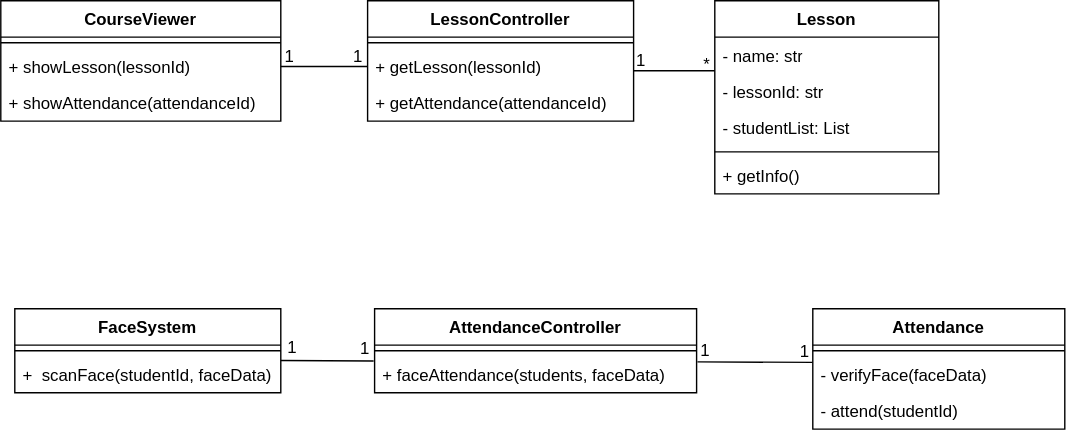
Above: ClassDiagram 4.drawio.svg in ntmly/ThuchanhphattrienhethongTTNT (draw.io), before the change. Source tidied: cells renumbered, new cells last; positions are measured from the earlier drawing's top-left corner, leaving out a move shared by most shapes.
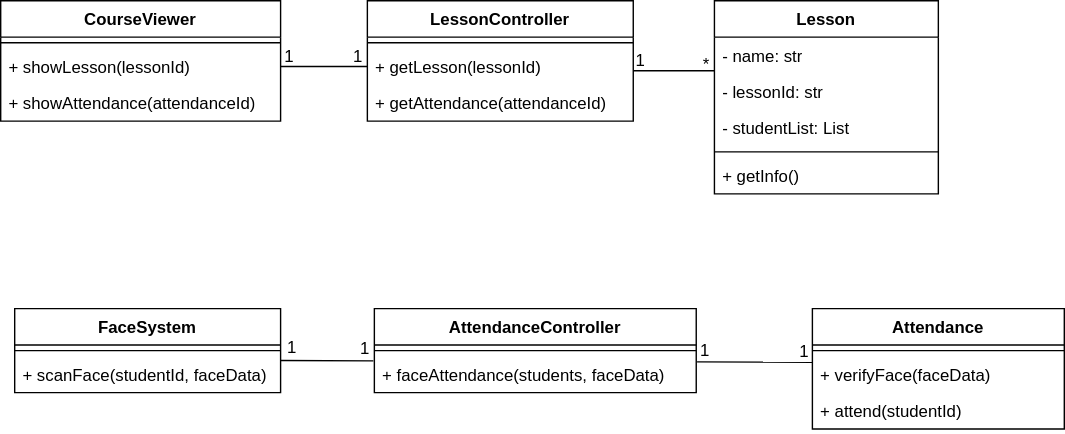
The same diagram one commit later.

Commit message:
Cập nhật ClassDiagram 4.drawio.svg

Diff of the diagram source:
```diff
@@ -8,7 +8,7 @@
     <mxCell id="3" style="line;strokeWidth=1;fillColor=none;align=left;verticalAlign=middle;spacingTop=-1;spacingLeft=3;spacingRight=3;labelPosition=right;strokeColor=inherit;" parent="2" vertex="1">
       <mxGeometry y="26" width="190" height="8" as="geometry" />
     </mxCell>
-    <mxCell id="4" value="+&amp;nbsp; scanFace(studentId, faceData)" style="text;strokeColor=none;fillColor=none;align=left;verticalAlign=top;spacingLeft=4;spacingRight=4;overflow=hidden;whiteSpace=wrap;html=1;" parent="2" vertex="1">
+    <mxCell id="4" value="+ scanFace(studentId, faceData)" style="text;strokeColor=none;fillColor=none;align=left;verticalAlign=top;spacingLeft=4;spacingRight=4;overflow=hidden;whiteSpace=wrap;html=1;" parent="2" vertex="1">
       <mxGeometry y="34" width="190" height="26" as="geometry" />
     </mxCell>
     <mxCell id="5" value="Attendance" style="swimlane;fontStyle=1;align=center;verticalAlign=top;horizontal=1;startSize=26;whiteSpace=wrap;html=1;" parent="1" vertex="1">
@@ -17,10 +17,10 @@
     <mxCell id="6" style="line;strokeWidth=1;fillColor=none;align=left;verticalAlign=middle;spacingTop=-1;spacingLeft=3;spacingRight=3;labelPosition=right;strokeColor=inherit;" parent="5" vertex="1">
       <mxGeometry y="26" width="180" height="8" as="geometry" />
     </mxCell>
-    <mxCell id="7" value="- verifyFace(faceData)" style="text;strokeColor=none;fillColor=none;align=left;verticalAlign=top;spacingLeft=4;spacingRight=4;overflow=hidden;points=[[0,0.5],[1,0.5]];portConstraint=eastwest;whiteSpace=wrap;html=1;" parent="5" vertex="1">
+    <mxCell id="7" value="+ verifyFace(faceData)" style="text;strokeColor=none;fillColor=none;align=left;verticalAlign=top;spacingLeft=4;spacingRight=4;overflow=hidden;points=[[0,0.5],[1,0.5]];portConstraint=eastwest;whiteSpace=wrap;html=1;" parent="5" vertex="1">
       <mxGeometry y="34" width="180" height="26" as="geometry" />
     </mxCell>
-    <mxCell id="8" value="- attend(studentId)" style="text;strokeColor=none;fillColor=none;align=left;verticalAlign=top;spacingLeft=4;spacingRight=4;overflow=hidden;whiteSpace=wrap;html=1;" parent="5" vertex="1">
+    <mxCell id="8" value="+ attend(studentId)" style="text;strokeColor=none;fillColor=none;align=left;verticalAlign=top;spacingLeft=4;spacingRight=4;overflow=hidden;whiteSpace=wrap;html=1;" parent="5" vertex="1">
       <mxGeometry y="60" width="180" height="26" as="geometry" />
     </mxCell>
     <mxCell id="9" value="AttendanceController" style="swimlane;fontStyle=1;align=center;verticalAlign=top;horizontal=1;startSize=26;whiteSpace=wrap;html=1;" parent="1" vertex="1">
```
